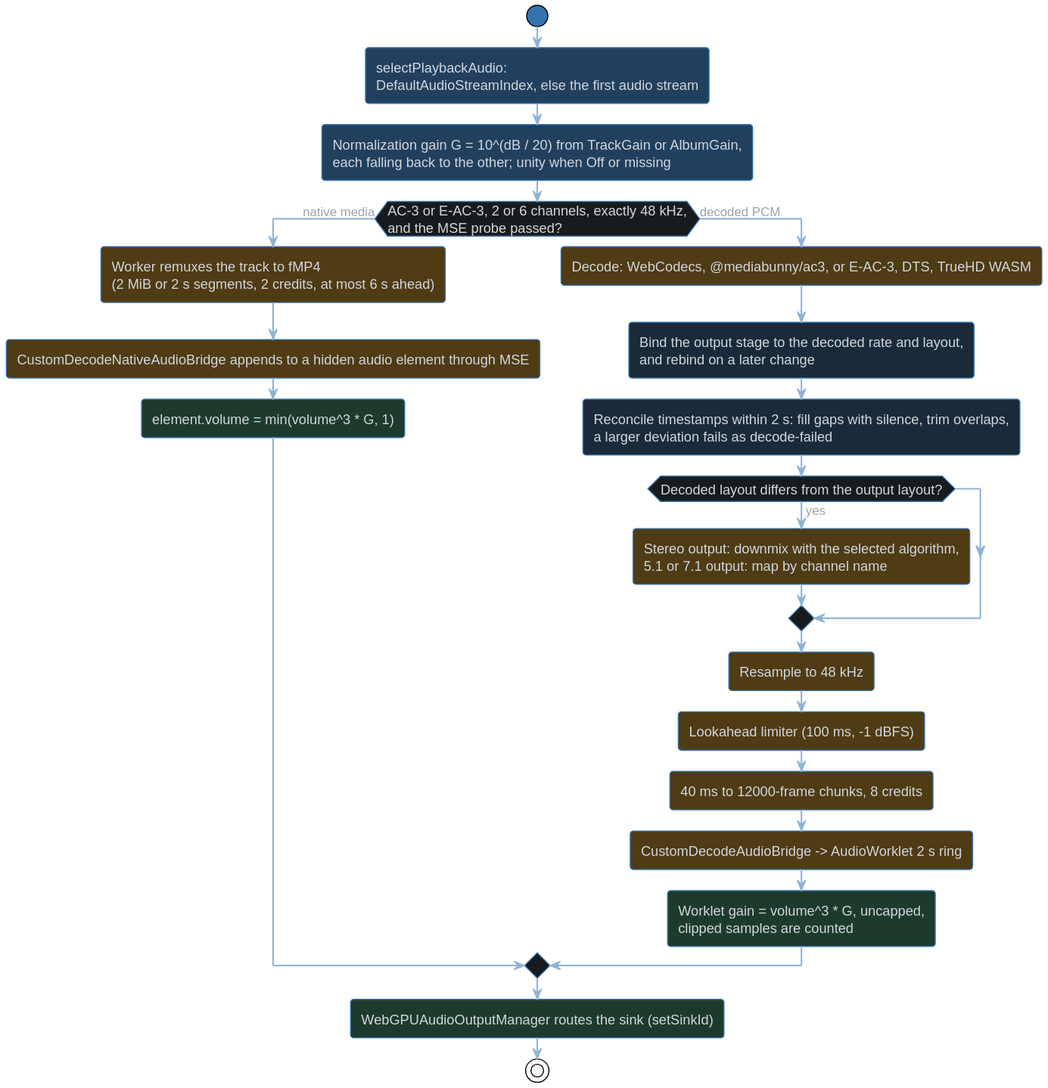
The PlantUML diagram docs/src/diagrams/audio-output.dark.svg in alchemyyy/WebGPU-Player, before a commit.
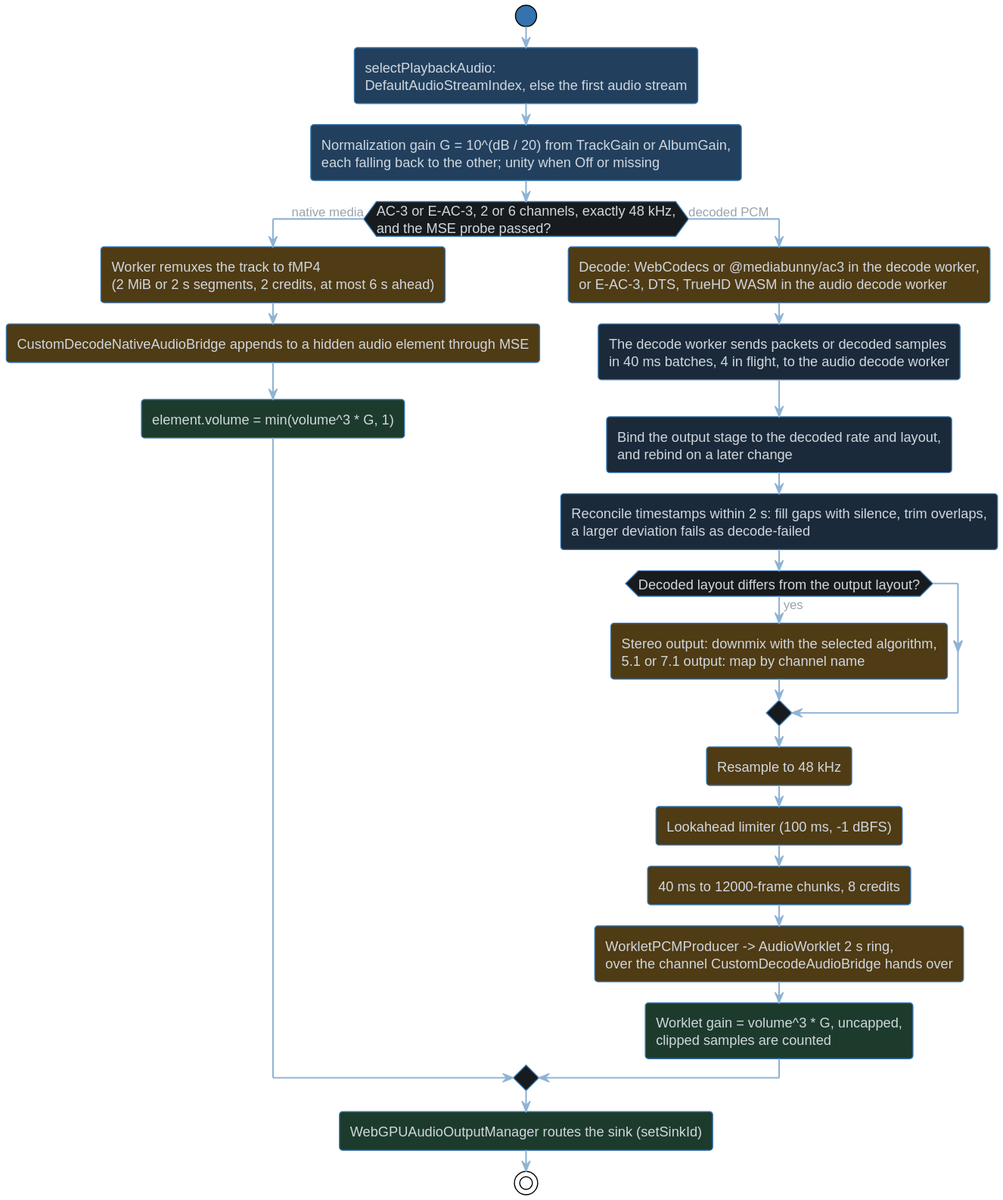
The same file after the commit.

The edit, as a diff of the source:
```diff
@@ -12,7 +12,10 @@
   :CustomDecodeNativeAudioBridge appends to a hidden audio element through MSE; <<$HL_AMBER>>
   :element.volume = min(volume^3 * G, 1); <<$HL_GREEN>>
 else (decoded PCM)
-  :Decode: WebCodecs, @mediabunny/ac3, or E-AC-3, DTS, TrueHD WASM; <<$HL_AMBER>>
+  :Decode: WebCodecs or @mediabunny/ac3 in the decode worker,
+  or E-AC-3, DTS, TrueHD WASM in the audio decode worker; <<$HL_AMBER>>
+  :The decode worker sends packets or decoded samples
+  in 40 ms batches, 4 in flight, to the audio decode worker; <<$HL_NAVY>>
   :Bind the output stage to the decoded rate and layout,
   and rebind on a later change; <<$HL_NAVY>>
   :Reconcile timestamps within 2 s: fill gaps with silence, trim overlaps,
@@ -24,7 +27,8 @@
   :Resample to 48 kHz; <<$HL_AMBER>>
   :Lookahead limiter (100 ms, -1 dBFS); <<$HL_AMBER>>
   :40 ms to 12000-frame chunks, 8 credits; <<$HL_AMBER>>
-  :CustomDecodeAudioBridge -> AudioWorklet 2 s ring; <<$HL_AMBER>>
+  :WorkletPCMProducer -> AudioWorklet 2 s ring,
+  over the channel CustomDecodeAudioBridge hands over; <<$HL_AMBER>>
   :Worklet gain = volume^3 * G, uncapped,
   clipped samples are counted; <<$HL_GREEN>>
 endif
```
